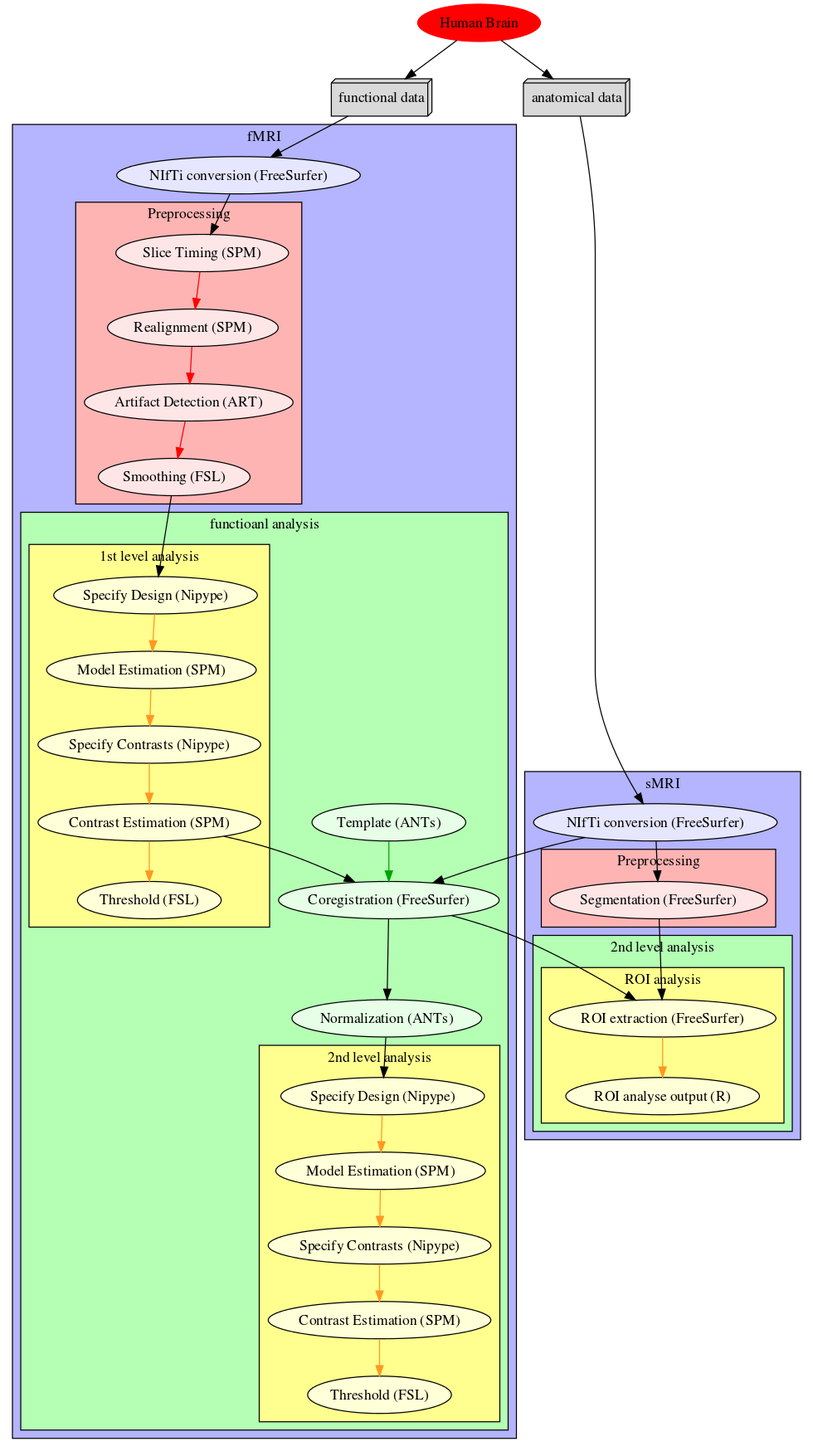
The Graphviz diagram homepage/images/neuroimaging_nipype.png in miykael/nipype-beginner-s-guide, before a commit. Its source is kept beside it as homepage/images/neuroimaging_nipype.dot. Source of this version:
```dot
digraph {
  brain[label="Human Brain",style=filled, color=red];
  structuralData[label="anatomical data", shape=box3d,style=filled, color=black, colorscheme=greys7 fillcolor=2];
  functionalData[label="functional data", shape=box3d,style=filled, color=black, colorscheme=greys7 fillcolor=2];
  subgraph cluster_structuralflow {
      style=filled;
      fillcolor="#B4B4FF";
      label="sMRI";
    T1_image[label="NIfTi conversion (FreeSurfer)", style=filled, fillcolor="#E6E6FF"];
    subgraph cluster_anatomy_preproc {
            edge [color="#FF0000"];
            style=filled;
            fillcolor="#FFB4B4";
            label="Preprocessing";
        segmentation[label="Segmentation (FreeSurfer)", style=filled, fillcolor="#FFE6E6"];
    }
    subgraph cluster_anatomy_analysis {
        edge [color="#00A300"];
        style=filled;
        fillcolor="#B4FFB4";
        label="2nd level analysis";
      subgraph cluster_anatomy_1st {
              edge [color="#FF9721"];
              style=filled;
              fillcolor="#FFFF8F";
              label="ROI analysis";
          roi[label="ROI extraction (FreeSurfer)", style=filled, fillcolor="#FFFFD8"];
          anatomy_estimation[label="ROI analyse output (R)", style=filled, fillcolor="#FFFFD8"];
          roi -> anatomy_estimation;
      }
    }
  }
  subgraph cluster_functionalflow {
      style=filled;
      fillcolor="#B4B4FF";
      label="fMRI";
    T2_image[label="NIfTi conversion (FreeSurfer)", style=filled, fillcolor="#E6E6FF"];
    subgraph cluster_functional_preproc {
            edge [color="#FF0000"];
            style=filled;
            fillcolor="#FFB4B4";
            label="Preprocessing";
        slicetiming[label="Slice Timing (SPM)", style=filled, fillcolor="#FFE6E6"];
        realignment[label="Realignment (SPM)", style=filled, fillcolor="#FFE6E6"];
        artifactdetect[label="Artifact Detection (ART)", style=filled, fillcolor="#FFE6E6"];
        smoothing[label="Smoothing (FSL)", style=filled, fillcolor="#FFE6E6"];
        slicetiming -> realignment;
        realignment -> artifactdetect;
        artifactdetect -> smoothing;
    }
    subgraph cluster_functional_analysis {
        edge [color="#00A300"];
        style=filled;
        fillcolor="#B4FFB4";
        label="functioanl analysis";
      subgraph cluster_functional_1st {
              edge [color="#FF9721"];
              style=filled;
              fillcolor="#FFFF8F";
              label="1st level analysis";
          modelspec1[label="Specify Design (Nipype)", style=filled, fillcolor="#FFFFD8"];
          modelest1[label="Model Estimation (SPM)", style=filled, fillcolor="#FFFFD8"];
          contrastspec1[label="Specify Contrasts (Nipype)", style=filled, fillcolor="#FFFFD8"];
          contrast1[label="Contrast Estimation (SPM)", style=filled, fillcolor="#FFFFD8"];
          thresh1[label="Threshold (FSL)", style=filled, fillcolor="#FFFFD8"];

          modelspec1 -> modelest1 -> contrastspec1 -> contrast1 -> thresh1;

      }
      subgraph cluster_functional_2nd {
              edge [color="#FF9721"];
              style=filled;
              fillcolor="#FFFF8F";
              label="2nd level analysis";
          modelspec2[label="Specify Design (Nipype)", style=filled, fillcolor="#FFFFD8"];
          modelest2[label="Model Estimation (SPM)", style=filled, fillcolor="#FFFFD8"];
          contrastspec2[label="Specify Contrasts (Nipype)", style=filled, fillcolor="#FFFFD8"];
          contrast2[label="Contrast Estimation (SPM)", style=filled, fillcolor="#FFFFD8"];
          thresh2[label="Threshold (FSL)", style=filled, fillcolor="#FFFFD8"];

          modelspec2 -> modelest2 -> contrastspec2 -> contrast2 -> thresh2;
      }
    coregistration[label="Coregistration (FreeSurfer)", style=filled, fillcolor="#E6FFE6"];
    normalization[label="Normalization (ANTs)", style=filled, fillcolor="#E6FFE6"];
    template[label="Template (ANTs)", style=filled, fillcolor="#E6FFE6"];
    template -> coregistration;
    }
  }

  brain -> structuralData -> T1_image;
  brain -> functionalData -> T2_image;
  T1_image -> segmentation;
  T1_image -> coregistration;
  T2_image -> slicetiming;
  contrast1 -> coregistration;
  smoothing -> modelspec1;
  coregistration -> roi;
  coregistration -> normalization;
  normalization -> modelspec2;
  segmentation -> roi;
}
```
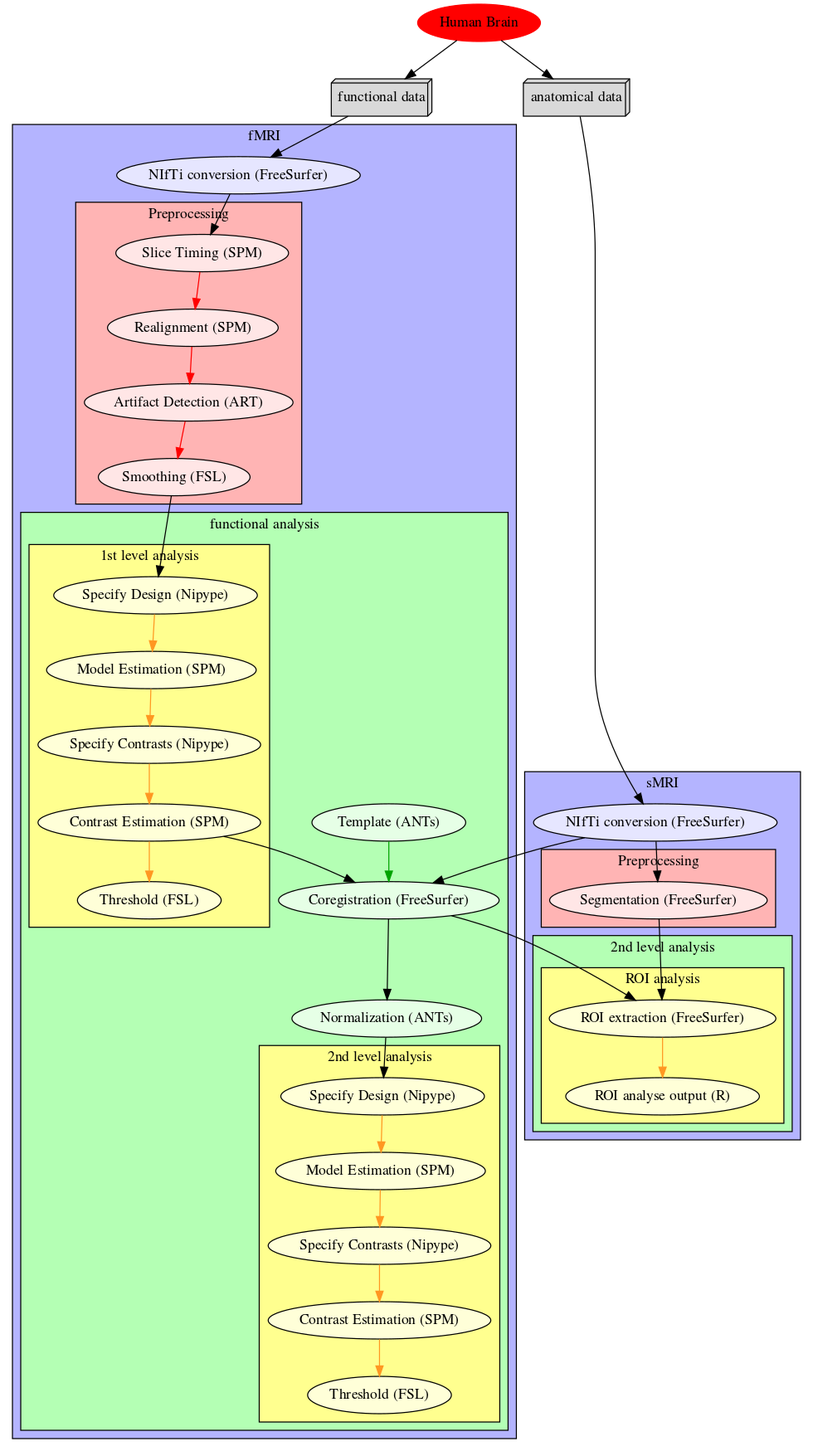
Above is the later version.

The edit, as a diff of the source:
```diff
@@ -52,7 +52,7 @@
         edge [color="#00A300"];
         style=filled;
         fillcolor="#B4FFB4";
-        label="functioanl analysis";
+        label="functional analysis";
       subgraph cluster_functional_1st {
               edge [color="#FF9721"];
               style=filled;
```
